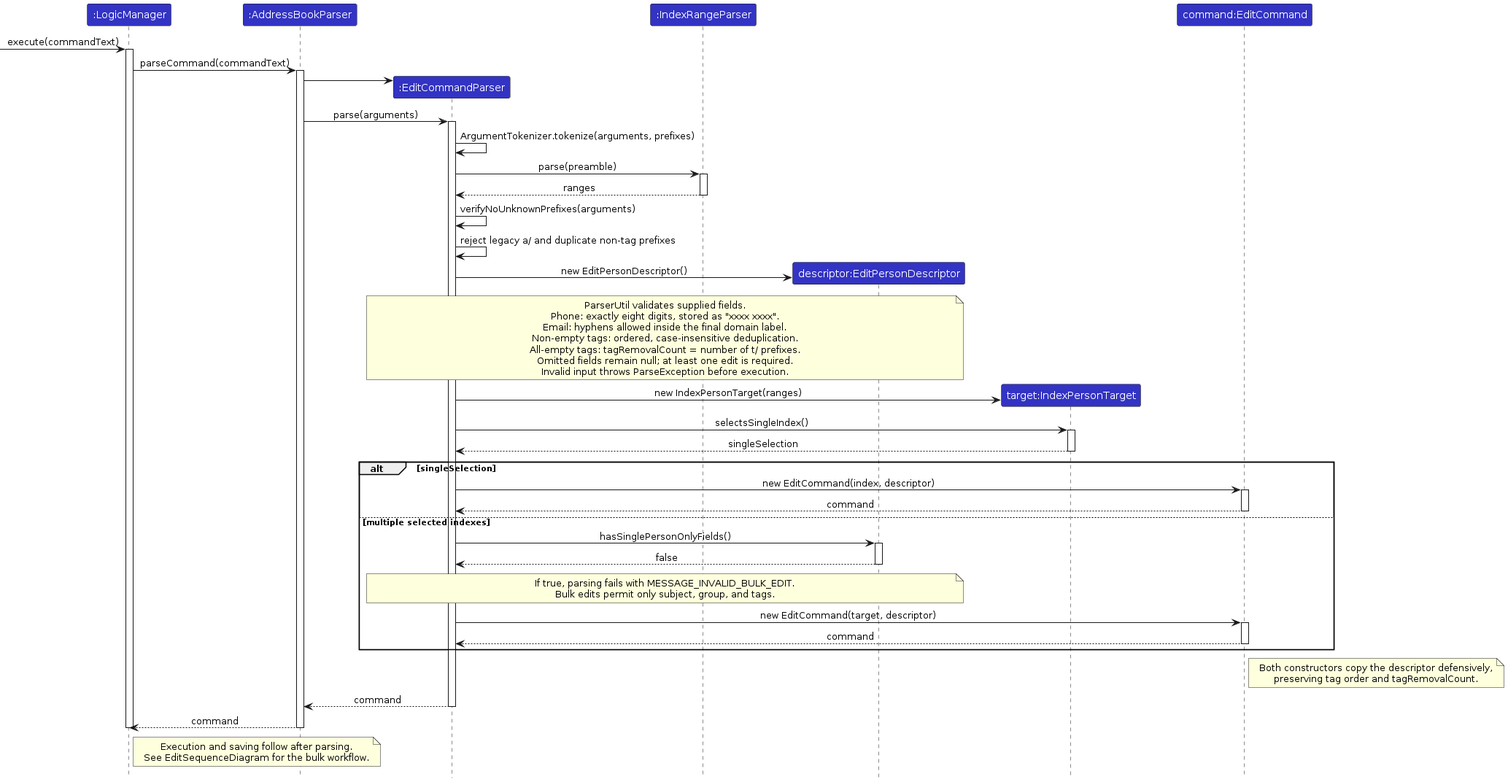
Above: diagrams/tracing/LogicSequenceDiagram.png in AY2627S1-CS2103T-T11-2/tp (PlantUML), before the change. Its source is kept beside it as diagrams/tracing/LogicSequenceDiagram.puml.
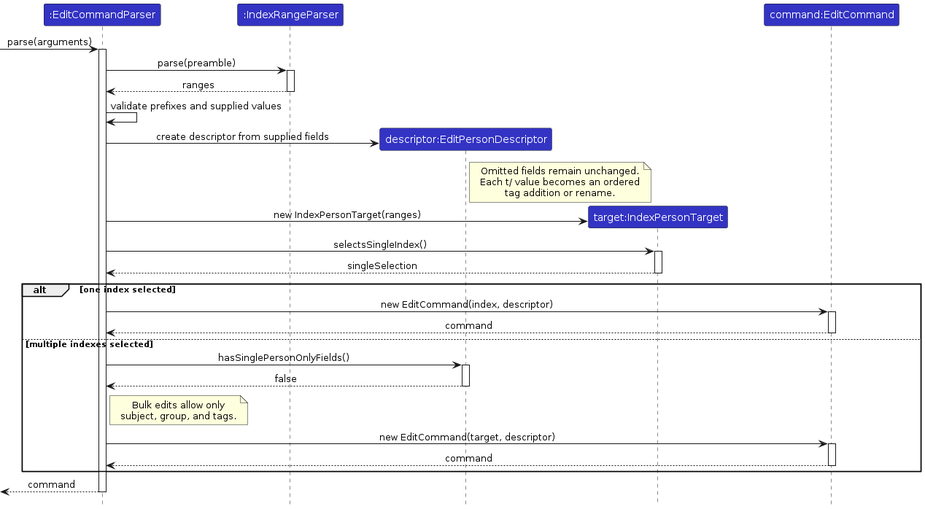
Later version of the same file.

Diff of the diagram source:
```diff
@@ -1,39 +1,25 @@
 @startuml
 !include ../style.puml
 skinparam ArrowFontStyle plain
+hide footbox
 
-Participant ":LogicManager" as logic LOGIC_COLOR
-Participant ":AddressBookParser" as abp LOGIC_COLOR
 Participant ":EditCommandParser" as ecp LOGIC_COLOR
 Participant ":IndexRangeParser" as irp LOGIC_COLOR
 Participant "descriptor:EditPersonDescriptor" as descriptor LOGIC_COLOR
 Participant "target:IndexPersonTarget" as target LOGIC_COLOR
 Participant "command:EditCommand" as ec LOGIC_COLOR
 
-[-> logic : execute(commandText)
-activate logic
-logic -> abp ++: parseCommand(commandText)
-create ecp
-abp -> ecp
-abp -> ecp ++: parse(arguments)
-
-ecp -> ecp : ArgumentTokenizer.tokenize(arguments, prefixes)
+[-> ecp ++: parse(arguments)
 ecp -> irp ++: parse(preamble)
 irp --> ecp --: ranges
-ecp -> ecp : verifyNoUnknownPrefixes(arguments)
-ecp -> ecp : reject legacy a/ and duplicate non-tag prefixes
+ecp -> ecp : validate prefixes and supplied values
 
 create descriptor
-ecp -> descriptor : new EditPersonDescriptor()
-
-note over ecp, descriptor
-  ParserUtil validates supplied fields.
-  Phone: exactly eight digits, stored as "xxxx xxxx".
-  Email: hyphens allowed inside the final domain label.
-  Non-empty tags: ordered, case-insensitive deduplication.
-  All-empty tags: tagRemovalCount = number of t/ prefixes.
-  Omitted fields remain null; at least one edit is required.
-  Invalid input throws ParseException before execution.
+ecp -> descriptor : create descriptor from supplied fields
+note right of descriptor
+  Omitted fields remain unchanged.
+  Each t/ value becomes an ordered
+  tag addition or rename.
 end note
 
 create target
@@ -41,31 +27,20 @@
 ecp -> target ++: selectsSingleIndex()
 target --> ecp --: singleSelection
 
-alt singleSelection
-    ecp -> ec ++: new EditCommand(index, descriptor)
-    ec --> ecp --: command
-else multiple selected indexes
-    ecp -> descriptor ++: hasSinglePersonOnlyFields()
-    descriptor --> ecp --: false
-    note over ecp, descriptor
-      If true, parsing fails with MESSAGE_INVALID_BULK_EDIT.
-      Bulk edits permit only subject, group, and tags.
-    end note
-    ecp -> ec ++: new EditCommand(target, descriptor)
-    ec --> ecp --: command
+alt one index selected
+  ecp -> ec ++: new EditCommand(index, descriptor)
+  ec --> ecp --: command
+else multiple indexes selected
+  ecp -> descriptor ++: hasSinglePersonOnlyFields()
+  descriptor --> ecp --: false
+  note right of ecp
+    Bulk edits allow only
+    subject, group, and tags.
+  end note
+  ecp -> ec ++: new EditCommand(target, descriptor)
+  ec --> ecp --: command
 end
 
-note right of ec
-  Both constructors copy the descriptor defensively,
-  preserving tag order and tagRemovalCount.
-end note
-
-ecp --> abp --: command
-abp --> logic --: command
-note right of logic
-  Execution and saving follow after parsing.
-  See EditSequenceDiagram for the bulk workflow.
-end note
-deactivate logic
+[<-- ecp --: command
 
 @enduml
```
